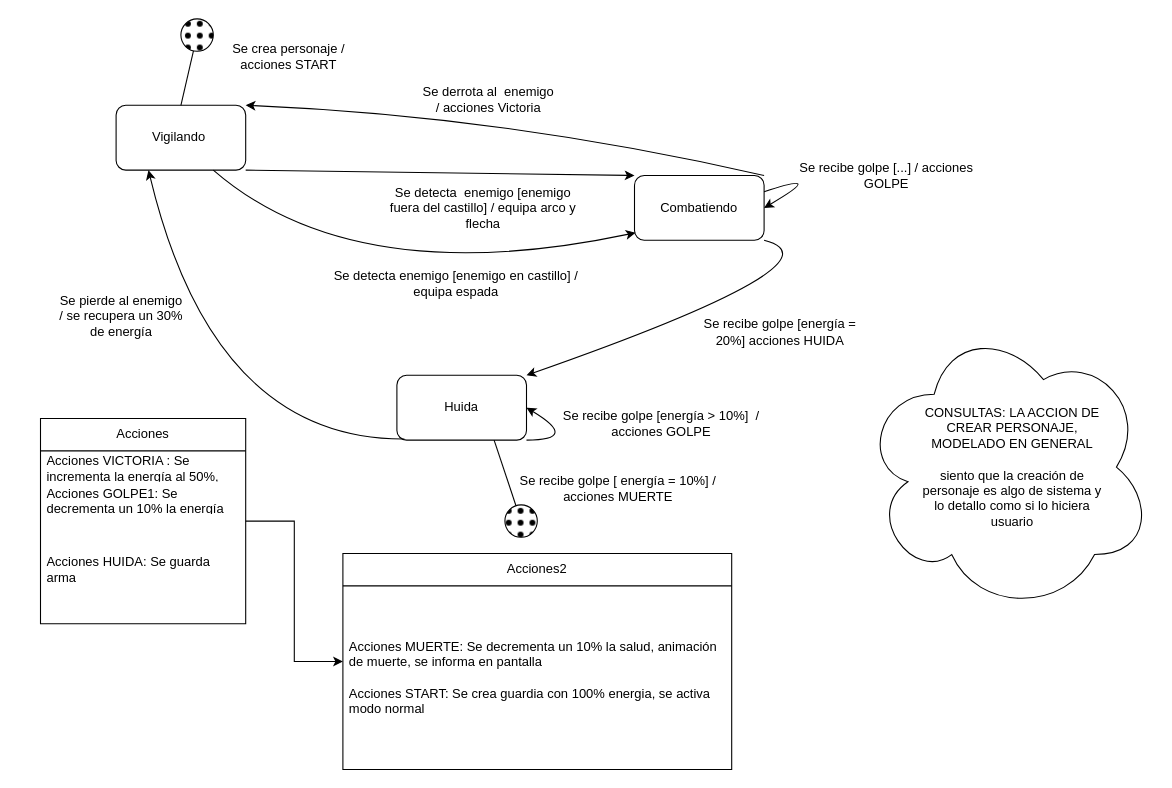
Before: DocumentosMaterias/INGE1/DTE/EjerciciosDRAWIO/ejercicio6.drawio in Francisco-Aramayo/notas-obsidian, a draw.io diagram. Source tidied: cells renumbered, new cells numbered last; positions are measured from the earlier drawing's top-left corner, leaving out a move shared by most shapes. Both pictures are drawn from the tidied source at 108%, with x=0, y=0 at pixel (40, 18).
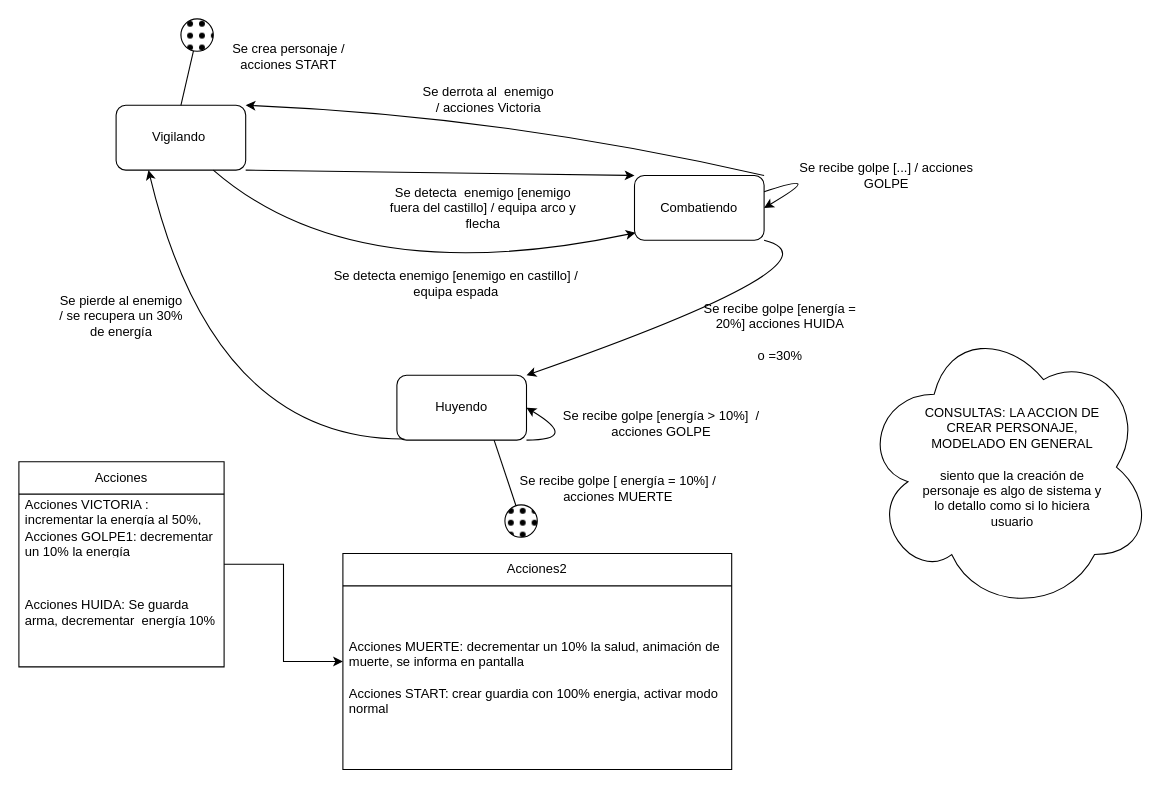
The same page after the edit.

Unchanged cells that the change refers to:
```xml
<mxCell id="29" value="Acciones2" style="swimlane;fontStyle=0;horizontal=1;startSize=30;whiteSpace=wrap;html=1;" parent="1" vertex="1">
  <mxGeometry x="280" y="495" width="360" height="200" as="geometry" />
</mxCell>
```

Diff of the diagram source:
```diff
@@
     <mxCell id="8" value="Acciones" style="swimlane;fontStyle=0;horizontal=1;startSize=30;whiteSpace=wrap;html=1;" parent="1" vertex="1">
-      <mxGeometry y="370" width="190" height="190" as="geometry" />
+      <mxGeometry x="-20" y="410" width="190" height="190" as="geometry" />
     </mxCell>
-    <mxCell id="9" value="Acciones VICTORIA : Se incrementa la energía al 50%," style="text;strokeColor=none;fillColor=none;align=left;verticalAlign=middle;spacingLeft=4;spacingRight=4;overflow=hidden;whiteSpace=wrap;html=1;" parent="8" vertex="1">
+    <mxCell id="9" value="Acciones VICTORIA : incrementar la energía al 50%," style="text;strokeColor=none;fillColor=none;align=left;verticalAlign=middle;spacingLeft=4;spacingRight=4;overflow=hidden;whiteSpace=wrap;html=1;" parent="8" vertex="1">
       <mxGeometry y="30" width="190" height="30" as="geometry" />
     </mxCell>
-    <mxCell id="10" value="Acciones GOLPE1: Se decrementa un 10% la energía&amp;nbsp;" style="text;strokeColor=none;fillColor=none;align=left;verticalAlign=middle;spacingLeft=4;spacingRight=4;overflow=hidden;whiteSpace=wrap;html=1;" parent="8" vertex="1">
+    <mxCell id="10" value="Acciones GOLPE1: decrementar un 10% la energía&amp;nbsp;" style="text;strokeColor=none;fillColor=none;align=left;verticalAlign=middle;spacingLeft=4;spacingRight=4;overflow=hidden;whiteSpace=wrap;html=1;" parent="8" vertex="1">
       <mxGeometry y="60" width="190" height="30" as="geometry" />
     </mxCell>
-    <mxCell id="11" value="Acciones HUIDA: Se guarda arma" style="text;strokeColor=none;fillColor=none;align=left;verticalAlign=middle;spacingLeft=4;spacingRight=4;overflow=hidden;whiteSpace=wrap;html=1;" parent="8" vertex="1">
+    <mxCell id="11" value="Acciones HUIDA: Se guarda arma, decrementar&amp;nbsp; energía 10%" style="text;strokeColor=none;fillColor=none;align=left;verticalAlign=middle;spacingLeft=4;spacingRight=4;overflow=hidden;whiteSpace=wrap;html=1;" parent="8" vertex="1">
       <mxGeometry y="90" width="190" height="100" as="geometry" />
     </mxCell>
@@
-    <mxCell id="20" value="Se recibe golpe [energía = 20%] acciones HUIDA" style="text;html=1;align=center;verticalAlign=middle;whiteSpace=wrap;rounded=0;" parent="1" vertex="1">
+    <mxCell id="20" value="Se recibe golpe [energía = 20%] acciones HUIDA&lt;div&gt;&lt;br&gt;&lt;/div&gt;&lt;div&gt;o =30%&lt;/div&gt;" style="text;html=1;align=center;verticalAlign=middle;whiteSpace=wrap;rounded=0;" parent="1" vertex="1">
       <mxGeometry x="600" y="275" width="170" height="30" as="geometry" />
     </mxCell>
-    <mxCell id="21" value="Huida" style="rounded=1;whiteSpace=wrap;html=1;" parent="1" vertex="1">
+    <mxCell id="21" value="Huyendo" style="rounded=1;whiteSpace=wrap;html=1;" parent="1" vertex="1">
       <mxGeometry x="330" y="330" width="120" height="60" as="geometry" />
     </mxCell>
@@
-    <mxCell id="30" value="Acciones MUERTE: Se decrementa un 10% la salud, animación de muerte, se informa en pantalla&lt;div&gt;&lt;br&gt;&lt;/div&gt;&lt;div&gt;Acciones START: Se crea guardia con 100% energia, se activa modo normal&amp;nbsp;&lt;/div&gt;" style="text;strokeColor=none;fillColor=none;align=left;verticalAlign=middle;spacingLeft=4;spacingRight=4;overflow=hidden;whiteSpace=wrap;html=1;" parent="29" vertex="1">
+    <mxCell id="30" value="Acciones MUERTE: decrementar un 10% la salud, animación de muerte, se informa en pantalla&lt;div&gt;&lt;br&gt;&lt;/div&gt;&lt;div&gt;Acciones START: crear guardia con 100% energia, activar modo normal&amp;nbsp;&lt;/div&gt;" style="text;strokeColor=none;fillColor=none;align=left;verticalAlign=middle;spacingLeft=4;spacingRight=4;overflow=hidden;whiteSpace=wrap;html=1;" parent="29" vertex="1">
       <mxGeometry y="30" width="360" height="170" as="geometry" />
     </mxCell>
```
